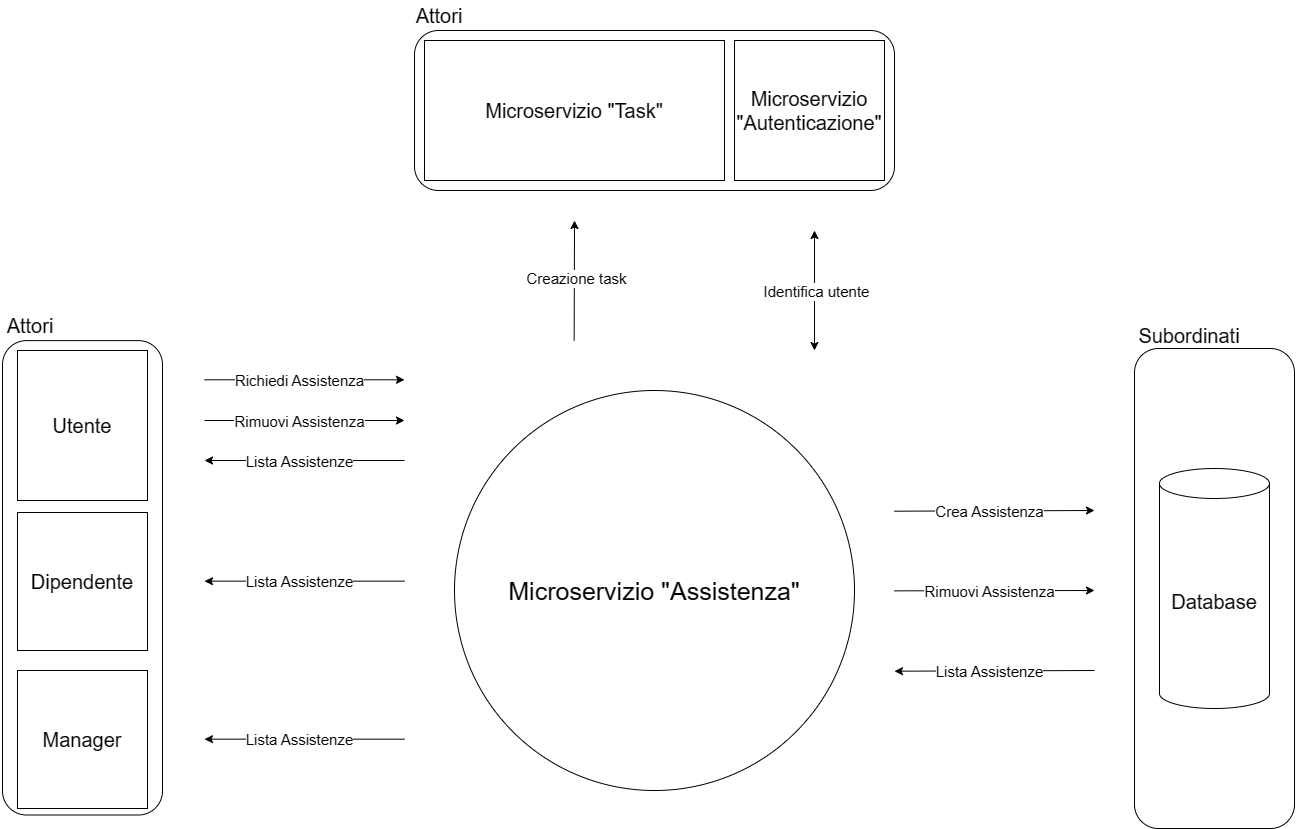
Above: second-deliverable/images/Diagrammi_Contesto/Diagramma_Contesto_Assistenza.png in IS-FixMi/Documentation-Source (draw.io), before the change. Source tidied: cells renumbered, new cells last; positions are measured from the earlier drawing's top-left corner, leaving out a move shared by most shapes.
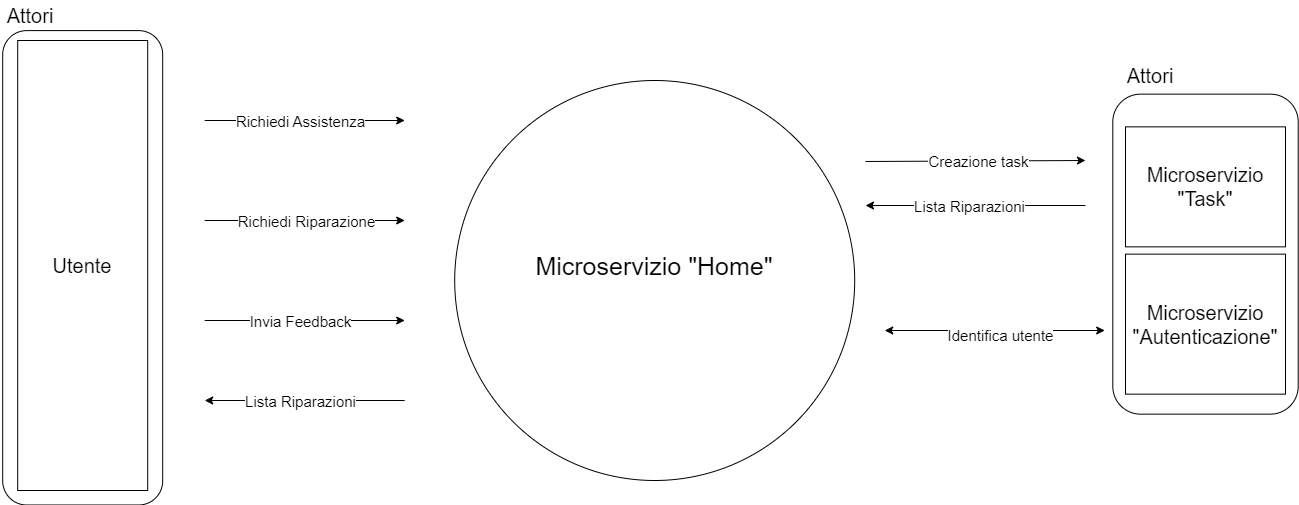
Later version of the same file.

Change to the diagram source:
```diff
@@ -2,61 +2,22 @@
   <root>
     <mxCell id="0" />
     <mxCell id="1" parent="0" />
-    <mxCell id="2" value="&lt;font style=&quot;font-size: 25px;&quot;&gt;Microservizio &quot;Assistenza&quot;&lt;/font&gt;" style="ellipse;whiteSpace=wrap;html=1;" parent="1" vertex="1">
+    <mxCell id="2" value="&lt;span style=&quot;font-size: 25px;&quot;&gt;Microservizio &quot;Home&quot;&lt;br&gt;&lt;br&gt;&lt;/span&gt;" style="ellipse;whiteSpace=wrap;html=1;" parent="1" vertex="1">
       <mxGeometry x="609" y="390" width="400" height="400" as="geometry" />
     </mxCell>
-    <mxCell id="3" style="rounded=1;whiteSpace=wrap;html=1;fillColor=none;" parent="1" vertex="1">
-      <mxGeometry x="569" y="30" width="480" height="160" as="geometry" />
-    </mxCell>
     <mxCell id="4" style="endArrow=classic;html=1;rounded=0;" parent="1" edge="1">
       <mxGeometry relative="1" as="geometry">
-        <mxPoint x="359" y="379.3" as="sourcePoint" />
-        <mxPoint x="559" y="379.3" as="targetPoint" />
+        <mxPoint x="359" y="430" as="sourcePoint" />
+        <mxPoint x="559" y="430" as="targetPoint" />
       </mxGeometry>
     </mxCell>
     <mxCell id="5" value="&lt;font style=&quot;font-size: 15px;&quot;&gt;Richiedi Assistenza&lt;br&gt;&lt;/font&gt;" style="edgeLabel;html=1;align=center;verticalAlign=middle;" parent="4" vertex="1">
       <mxGeometry x="-0.06" relative="1" as="geometry" />
     </mxCell>
-    <mxCell id="6" style="rounded=1;whiteSpace=wrap;html=1;fillColor=none;rotation=-90;" parent="1" vertex="1">
-      <mxGeometry x="1129" y="508" width="480" height="160" as="geometry" />
-    </mxCell>
-    <mxCell id="7" value="&lt;font style=&quot;font-size: 20px;&quot;&gt;Database&lt;/font&gt;" style="shape=cylinder3;whiteSpace=wrap;html=1;boundedLbl=1;backgroundOutline=1;size=15;" parent="1" vertex="1">
-      <mxGeometry x="1314" y="468" width="110" height="240" as="geometry" />
-    </mxCell>
-    <mxCell id="8" style="endArrow=classic;html=1;rounded=0;" parent="1" edge="1">
-      <mxGeometry relative="1" as="geometry">
-        <mxPoint x="1049" y="510.7" as="sourcePoint" />
-        <mxPoint x="1249" y="510" as="targetPoint" />
-      </mxGeometry>
-    </mxCell>
-    <mxCell id="9" value="&lt;font style=&quot;font-size: 15px;&quot;&gt;Crea Assistenza&lt;br&gt;&lt;/font&gt;" style="edgeLabel;html=1;align=center;verticalAlign=middle;" parent="8" vertex="1">
-      <mxGeometry x="-0.06" relative="1" as="geometry" />
-    </mxCell>
-    <mxCell id="10" style="endArrow=classic;html=1;rounded=0;" parent="1" edge="1">
-      <mxGeometry relative="1" as="geometry">
-        <mxPoint x="1049" y="590.4" as="sourcePoint" />
-        <mxPoint x="1249" y="590" as="targetPoint" />
-      </mxGeometry>
-    </mxCell>
-    <mxCell id="11" value="&lt;font style=&quot;font-size: 15px;&quot;&gt;Rimuovi Assistenza&lt;br&gt;&lt;/font&gt;" style="edgeLabel;html=1;align=center;verticalAlign=middle;" parent="10" vertex="1">
-      <mxGeometry x="-0.06" relative="1" as="geometry" />
-    </mxCell>
-    <mxCell id="12" style="endArrow=none;html=1;rounded=0;startArrow=classic;startFill=1;endFill=0;" parent="1" edge="1">
-      <mxGeometry relative="1" as="geometry">
-        <mxPoint x="1049" y="670.7" as="sourcePoint" />
-        <mxPoint x="1249" y="670" as="targetPoint" />
-      </mxGeometry>
-    </mxCell>
-    <mxCell id="13" value="&lt;font style=&quot;font-size: 15px;&quot;&gt;Lista Assistenze&lt;br&gt;&lt;/font&gt;" style="edgeLabel;html=1;align=center;verticalAlign=middle;" parent="12" vertex="1">
-      <mxGeometry x="-0.06" relative="1" as="geometry" />
-    </mxCell>
-    <mxCell id="14" value="&lt;span style=&quot;font-size: 20px;&quot;&gt;Microservizio &quot;Autenticazione&quot;&lt;/span&gt;" style="rounded=0;whiteSpace=wrap;html=1;" parent="1" vertex="1">
-      <mxGeometry x="889" y="40" width="150" height="140" as="geometry" />
-    </mxCell>
     <mxCell id="15" style="endArrow=classic;html=1;rounded=0;startArrow=classic;startFill=1;endFill=1;" parent="1" edge="1">
       <mxGeometry relative="1" as="geometry">
-        <mxPoint x="969" y="230" as="sourcePoint" />
-        <mxPoint x="969" y="350" as="targetPoint" />
+        <mxPoint x="1259" y="640" as="sourcePoint" />
+        <mxPoint x="1039" y="640" as="targetPoint" />
       </mxGeometry>
     </mxCell>
     <mxCell id="16" value="&lt;span style=&quot;font-size: 15px;&quot;&gt;Identifica utente&lt;/span&gt;" style="edgeLabel;html=1;align=center;verticalAlign=middle;" parent="15" vertex="1">
@@ -64,24 +25,17 @@
         <mxPoint y="3" as="offset" />
       </mxGeometry>
     </mxCell>
-    <mxCell id="17" value="&lt;font style=&quot;font-size: 20px;&quot;&gt;Microservizio &quot;Task&quot;&lt;/font&gt;" style="rounded=0;whiteSpace=wrap;html=1;" parent="1" vertex="1">
-      <mxGeometry x="579" y="40" width="300" height="140" as="geometry" />
-    </mxCell>
     <mxCell id="18" style="endArrow=none;html=1;rounded=0;startArrow=classic;startFill=1;endFill=0;" parent="1" edge="1">
       <mxGeometry relative="1" as="geometry">
-        <mxPoint x="729" y="220" as="sourcePoint" />
-        <mxPoint x="728.7" y="340" as="targetPoint" />
+        <mxPoint x="1239.8" y="470" as="sourcePoint" />
+        <mxPoint x="1019.8" y="471" as="targetPoint" />
       </mxGeometry>
     </mxCell>
     <mxCell id="19" value="&lt;font style=&quot;font-size: 15px;&quot;&gt;Creazione task&lt;/font&gt;" style="edgeLabel;html=1;align=center;verticalAlign=middle;" parent="18" vertex="1">
-      <mxGeometry x="-0.04" y="1" relative="1" as="geometry" />
+      <mxGeometry x="-0.04" y="1" relative="1" as="geometry">
+        <mxPoint x="-3" y="-1" as="offset" />
+      </mxGeometry>
     </mxCell>
-    <mxCell id="20" value="&lt;font style=&quot;font-size: 20px;&quot;&gt;Subordinati&lt;/font&gt;" style="text;html=1;strokeColor=none;fillColor=none;align=center;verticalAlign=middle;whiteSpace=wrap;rounded=0;" parent="1" vertex="1">
-      <mxGeometry x="1279" y="320" width="130" height="30" as="geometry" />
-    </mxCell>
-    <mxCell id="21" value="&lt;font style=&quot;font-size: 20px;&quot;&gt;Attori&lt;/font&gt;" style="text;html=1;strokeColor=none;fillColor=none;align=center;verticalAlign=middle;whiteSpace=wrap;rounded=0;" parent="1" vertex="1">
-      <mxGeometry x="529" width="130" height="30" as="geometry" />
-    </mxCell>
     <mxCell id="22" style="rounded=1;whiteSpace=wrap;html=1;fillColor=none;rotation=-90;" parent="1" vertex="1">
       <mxGeometry x="-0.2" y="497.3" width="474.4" height="160" as="geometry" />
     </mxCell>
@@ -89,49 +43,57 @@
       <mxGeometry x="154.5" y="310" width="60" height="30" as="geometry" />
     </mxCell>
     <mxCell id="24" value="&lt;font style=&quot;font-size: 20px;&quot;&gt;Utente&lt;/font&gt;" style="rounded=0;whiteSpace=wrap;html=1;" parent="1" vertex="1">
-      <mxGeometry x="172" y="350" width="130" height="150" as="geometry" />
+      <mxGeometry x="172" y="350" width="130" height="450" as="geometry" />
     </mxCell>
-    <mxCell id="25" value="&lt;font style=&quot;font-size: 20px;&quot;&gt;Dipendente&lt;br&gt;&lt;/font&gt;" style="rounded=0;whiteSpace=wrap;html=1;" parent="1" vertex="1">
-      <mxGeometry x="172" y="512" width="130" height="138" as="geometry" />
-    </mxCell>
-    <mxCell id="26" value="&lt;font style=&quot;font-size: 20px;&quot;&gt;Manager&lt;br&gt;&lt;/font&gt;" style="rounded=0;whiteSpace=wrap;html=1;" parent="1" vertex="1">
-      <mxGeometry x="172" y="670" width="130" height="138" as="geometry" />
-    </mxCell>
-    <mxCell id="27" style="endArrow=classic;html=1;rounded=0;" parent="1" edge="1">
-      <mxGeometry relative="1" as="geometry">
-        <mxPoint x="359" y="420" as="sourcePoint" />
-        <mxPoint x="559" y="420" as="targetPoint" />
-      </mxGeometry>
-    </mxCell>
-    <mxCell id="28" value="&lt;font style=&quot;font-size: 15px;&quot;&gt;Rimuovi Assistenza&lt;br&gt;&lt;/font&gt;" style="edgeLabel;html=1;align=center;verticalAlign=middle;" parent="27" vertex="1">
-      <mxGeometry x="-0.06" relative="1" as="geometry" />
-    </mxCell>
     <mxCell id="29" style="endArrow=none;html=1;rounded=0;startArrow=classic;startFill=1;endFill=0;" parent="1" edge="1">
       <mxGeometry relative="1" as="geometry">
-        <mxPoint x="359" y="460" as="sourcePoint" />
-        <mxPoint x="559" y="460" as="targetPoint" />
+        <mxPoint x="359" y="710" as="sourcePoint" />
+        <mxPoint x="559" y="710" as="targetPoint" />
       </mxGeometry>
     </mxCell>
-    <mxCell id="30" value="&lt;font style=&quot;font-size: 15px;&quot;&gt;Lista Assistenze&lt;br&gt;&lt;/font&gt;" style="edgeLabel;html=1;align=center;verticalAlign=middle;" parent="29" vertex="1">
+    <mxCell id="30" value="&lt;font style=&quot;font-size: 15px;&quot;&gt;Lista Riparazioni&lt;br&gt;&lt;/font&gt;" style="edgeLabel;html=1;align=center;verticalAlign=middle;" parent="29" vertex="1">
       <mxGeometry x="-0.06" relative="1" as="geometry" />
     </mxCell>
-    <mxCell id="31" style="endArrow=none;html=1;rounded=0;startArrow=classic;startFill=1;endFill=0;" parent="1" edge="1">
-      <mxGeometry relative="1" as="geometry">
-        <mxPoint x="359" y="580.7" as="sourcePoint" />
-        <mxPoint x="559" y="580.7" as="targetPoint" />
-      </mxGeometry>
-    </mxCell>
-    <mxCell id="32" value="&lt;font style=&quot;font-size: 15px;&quot;&gt;Lista Assistenze&lt;br&gt;&lt;/font&gt;" style="edgeLabel;html=1;align=center;verticalAlign=middle;" parent="31" vertex="1">
-      <mxGeometry x="-0.06" relative="1" as="geometry" />
-    </mxCell>
-    <mxCell id="33" style="endArrow=none;html=1;rounded=0;startArrow=classic;startFill=1;endFill=0;" parent="1" edge="1">
-      <mxGeometry relative="1" as="geometry">
-        <mxPoint x="359" y="738.7" as="sourcePoint" />
-        <mxPoint x="559" y="738.7" as="targetPoint" />
-      </mxGeometry>
-    </mxCell>
-    <mxCell id="34" value="&lt;font style=&quot;font-size: 15px;&quot;&gt;Lista Assistenze&lt;br&gt;&lt;/font&gt;" style="edgeLabel;html=1;align=center;verticalAlign=middle;" parent="33" vertex="1">
-      <mxGeometry x="-0.06" relative="1" as="geometry" />
-    </mxCell>
+    <mxCell id="35" style="endArrow=classic;html=1;rounded=0;" parent="1" edge="1">
+      <mxGeometry relative="1" as="geometry">
+        <mxPoint x="359" y="530" as="sourcePoint" />
+        <mxPoint x="559" y="530" as="targetPoint" />
+      </mxGeometry>
+    </mxCell>
+    <mxCell id="36" value="&lt;font style=&quot;font-size: 15px;&quot;&gt;Richiedi Riparazione&lt;br&gt;&lt;/font&gt;" style="edgeLabel;html=1;align=center;verticalAlign=middle;" parent="35" vertex="1">
+      <mxGeometry x="-0.06" relative="1" as="geometry">
+        <mxPoint x="6" as="offset" />
+      </mxGeometry>
+    </mxCell>
+    <mxCell id="37" style="endArrow=none;html=1;rounded=0;startArrow=classic;startFill=1;endFill=0;" parent="1" edge="1">
+      <mxGeometry relative="1" as="geometry">
+        <mxPoint x="1019.8" y="515" as="sourcePoint" />
+        <mxPoint x="1239.8" y="515" as="targetPoint" />
+      </mxGeometry>
+    </mxCell>
+    <mxCell id="38" value="&lt;font style=&quot;font-size: 15px;&quot;&gt;Lista Riparazioni&lt;br&gt;&lt;/font&gt;" style="edgeLabel;html=1;align=center;verticalAlign=middle;" parent="37" vertex="1">
+      <mxGeometry x="-0.06" relative="1" as="geometry" />
+    </mxCell>
+    <mxCell id="39" style="endArrow=classic;html=1;rounded=0;" parent="1" edge="1">
+      <mxGeometry relative="1" as="geometry">
+        <mxPoint x="359" y="630" as="sourcePoint" />
+        <mxPoint x="559" y="630" as="targetPoint" />
+      </mxGeometry>
+    </mxCell>
+    <mxCell id="40" value="&lt;font style=&quot;font-size: 15px;&quot;&gt;Invia Feedback&lt;br&gt;&lt;/font&gt;" style="edgeLabel;html=1;align=center;verticalAlign=middle;" parent="39" vertex="1">
+      <mxGeometry x="-0.06" relative="1" as="geometry" />
+    </mxCell>
+    <mxCell id="41" style="rounded=1;whiteSpace=wrap;html=1;fillColor=none;rotation=90;" parent="1" vertex="1">
+      <mxGeometry x="1199.8" y="470.9" width="320" height="185.4" as="geometry" />
+    </mxCell>
+    <mxCell id="14" value="&lt;span style=&quot;font-size: 20px;&quot;&gt;Microservizio &quot;Autenticazione&quot;&lt;/span&gt;" style="rounded=0;whiteSpace=wrap;html=1;" parent="1" vertex="1">
+      <mxGeometry x="1279.8" y="563.6" width="160" height="140" as="geometry" />
+    </mxCell>
+    <mxCell id="17" value="&lt;font style=&quot;font-size: 20px;&quot;&gt;Microservizio&lt;br&gt;&quot;Task&quot;&lt;br&gt;&lt;/font&gt;" style="rounded=0;whiteSpace=wrap;html=1;rotation=0;" parent="1" vertex="1">
+      <mxGeometry x="1279.8" y="436.4" width="160" height="120" as="geometry" />
+    </mxCell>
+    <mxCell id="21" value="&lt;font style=&quot;font-size: 20px;&quot;&gt;Attori&lt;/font&gt;" style="text;html=1;strokeColor=none;fillColor=none;align=center;verticalAlign=middle;whiteSpace=wrap;rounded=0;" parent="1" vertex="1">
+      <mxGeometry x="1239.8" y="370" width="130" height="30" as="geometry" />
+    </mxCell>
   </root>
 </mxGraphModel>
```
